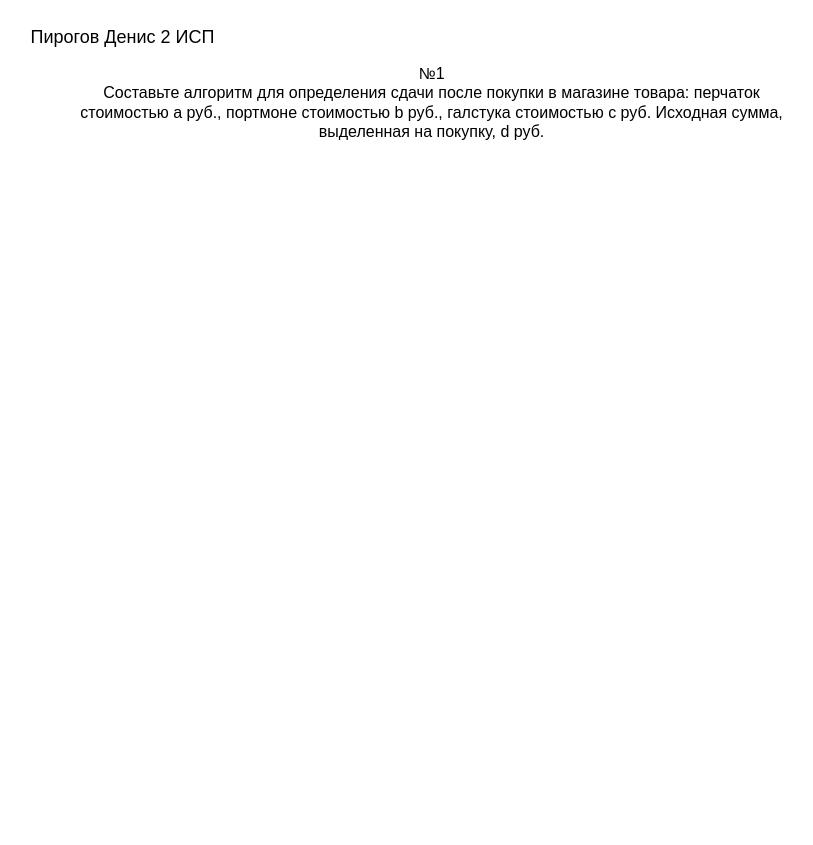
Before: page "вариант 2 задание 6 (+)" (3 of 7) of pr2 and pr3/pr2.drawio in DeFis33/pr, a draw.io diagram. Source tidied: cells renumbered, new cells numbered last; positions are measured from the earlier drawing's top-left corner, leaving out a move shared by most shapes. Both pictures are drawn from the tidied source at 100%, with x=0, y=0 at pixel (17, 17).
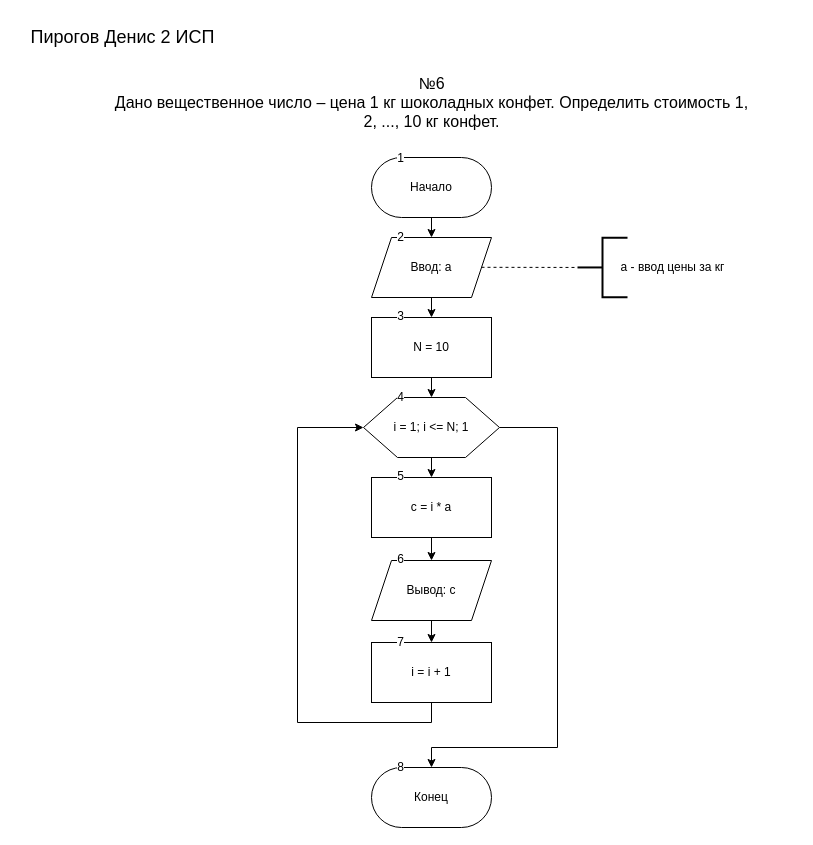
Above is the later version.

The edit, as a diff of the source:
```diff
@@
+    <mxCell id="4" value="N = 10" style="rounded=0;whiteSpace=wrap;html=1;" parent="1" vertex="1">
+      <mxGeometry x="354" y="300" width="120" height="60" as="geometry" />
+    </mxCell>
@@
-    <mxCell id="3" value="&lt;font style=&quot;font-size: 16px;&quot;&gt;№1&lt;/font&gt;&lt;div style=&quot;font-size: 16px;&quot;&gt;&lt;font style=&quot;font-size: 16px;&quot;&gt;Составьте алгоритм для определения сдачи после покупки в магазине товара: перчаток&lt;/font&gt;&lt;/div&gt;&lt;div style=&quot;font-size: 16px;&quot;&gt;&lt;font style=&quot;font-size: 16px;&quot;&gt;стоимостью а руб., портмоне стоимостью b руб., галстука стоимостью с руб. Исходная сумма,&lt;/font&gt;&lt;/div&gt;&lt;div style=&quot;font-size: 16px;&quot;&gt;&lt;font style=&quot;font-size: 16px;&quot;&gt;выделенная на покупку, d руб.&lt;/font&gt;&lt;/div&gt;" style="text;html=1;align=center;verticalAlign=middle;" parent="1" vertex="1">
-      <mxGeometry x="49" y="40" width="730" height="90" as="geometry" />
+    <mxCell id="3" value="&lt;font style=&quot;font-size: 16px;&quot;&gt;№6&lt;br&gt;&lt;div style=&quot;&quot;&gt;&lt;span style=&quot;font-size: 16px;&quot;&gt;Дано вещественное число – цена 1 кг шоколадных конфет. Определить стоимость 1,&lt;/span&gt;&lt;/div&gt;&lt;div style=&quot;&quot;&gt;&lt;span style=&quot;font-size: 16px;&quot;&gt;2, ..., 10 кг конфет.&lt;/span&gt;&lt;/div&gt;&lt;/font&gt;" style="text;html=1;align=center;verticalAlign=middle;" parent="1" vertex="1">
+      <mxGeometry x="84" y="50" width="660" height="70" as="geometry" />
     </mxCell>
+    <mxCell id="5" style="edgeStyle=orthogonalEdgeStyle;rounded=0;jettySize=auto;html=1;exitX=0.5;exitY=1;exitDx=0;exitDy=0;entryX=0.5;entryY=0;entryDx=0;entryDy=0;" parent="1" edge="1" source="6" target="10">
+      <mxGeometry relative="1" as="geometry" />
+    </mxCell>
+    <mxCell id="6" value="Начало" style="rounded=1;whiteSpace=wrap;html=1;arcSize=50;" parent="1" vertex="1">
+      <mxGeometry x="354" y="140" width="120" height="60" as="geometry" />
+    </mxCell>
+    <mxCell id="7" value="Конец" style="rounded=1;whiteSpace=wrap;html=1;arcSize=50;" parent="1" vertex="1">
+      <mxGeometry x="354" y="750" width="120" height="60" as="geometry" />
+    </mxCell>
+    <mxCell id="8" value="1" style="text;html=1;align=center;verticalAlign=middle;strokeColor=none;fillColor=none;labelBackgroundColor=default;" parent="1" vertex="1">
+      <mxGeometry x="368" y="126" width="30" height="30" as="geometry" />
+    </mxCell>
+    <mxCell id="9" style="edgeStyle=orthogonalEdgeStyle;rounded=0;jettySize=auto;html=1;exitX=0.5;exitY=1;exitDx=0;exitDy=0;entryX=0.5;entryY=0;entryDx=0;entryDy=0;" parent="1" edge="1" source="10" target="4">
+      <mxGeometry relative="1" as="geometry" />
+    </mxCell>
+    <mxCell id="10" value="Ввод: a" style="shape=parallelogram;perimeter=parallelogramPerimeter;whiteSpace=wrap;html=1;fixedSize=1;" parent="1" vertex="1">
+      <mxGeometry x="354" y="220" width="120" height="60" as="geometry" />
+    </mxCell>
+    <mxCell id="11" value="2" style="text;html=1;align=center;verticalAlign=middle;strokeColor=none;fillColor=none;labelBackgroundColor=default;" parent="1" vertex="1">
+      <mxGeometry x="368" y="205" width="30" height="30" as="geometry" />
+    </mxCell>
+    <mxCell id="12" style="strokeWidth=2;html=1;shape=mxgraph.flowchart.annotation_2;align=left;labelPosition=right;" parent="1" vertex="1">
+      <mxGeometry x="560" y="220.2" width="50" height="59.5" as="geometry" />
+    </mxCell>
+    <mxCell id="13" style="endArrow=none;dashed=1;html=1;rounded=0;exitX=1;exitY=0.5;exitDx=0;exitDy=0;entryX=0;entryY=0.5;entryDx=0;entryDy=0;entryPerimeter=0;" parent="1" edge="1" target="12">
+      <mxGeometry relative="1" as="geometry">
+        <mxPoint x="464" y="249.8" as="sourcePoint" />
+      </mxGeometry>
+    </mxCell>
+    <mxCell id="14" value="a - ввод цены за кг" style="text;html=1;align=center;verticalAlign=middle;strokeColor=none;fillColor=none;" parent="1" vertex="1">
+      <mxGeometry x="590" y="234.8" width="130" height="30" as="geometry" />
+    </mxCell>
+    <mxCell id="15" style="edgeStyle=orthogonalEdgeStyle;rounded=0;jettySize=auto;html=1;exitX=0.5;exitY=1;exitDx=0;exitDy=0;entryX=0.5;entryY=0;entryDx=0;entryDy=0;" parent="1" edge="1" source="16" target="22">
+      <mxGeometry relative="1" as="geometry" />
+    </mxCell>
+    <mxCell id="16" value="c = i * a" style="rounded=0;whiteSpace=wrap;html=1;" parent="1" vertex="1">
+      <mxGeometry x="354" y="460" width="120" height="60" as="geometry" />
+    </mxCell>
+    <mxCell id="17" style="edgeStyle=orthogonalEdgeStyle;rounded=0;jettySize=auto;html=1;exitX=0.5;exitY=1;exitDx=0;exitDy=0;entryX=0;entryY=0.5;entryDx=0;entryDy=0;" parent="1" edge="1" source="18" target="26">
+      <mxGeometry relative="1" as="geometry">
+        <Array as="points">
+          <mxPoint x="414" y="705" />
+          <mxPoint x="280" y="705" />
+          <mxPoint x="280" y="410" />
+        </Array>
+      </mxGeometry>
+    </mxCell>
+    <mxCell id="18" value="i = i + 1" style="rounded=0;whiteSpace=wrap;html=1;" parent="1" vertex="1">
+      <mxGeometry x="354" y="625" width="120" height="60" as="geometry" />
+    </mxCell>
+    <mxCell id="19" value="5" style="text;html=1;align=center;verticalAlign=middle;strokeColor=none;fillColor=none;labelBackgroundColor=default;" parent="1" vertex="1">
+      <mxGeometry x="368" y="444" width="30" height="30" as="geometry" />
+    </mxCell>
+    <mxCell id="20" value="8" style="text;html=1;align=center;verticalAlign=middle;strokeColor=none;fillColor=none;labelBackgroundColor=default;" parent="1" vertex="1">
+      <mxGeometry x="368" y="735" width="30" height="30" as="geometry" />
+    </mxCell>
+    <mxCell id="21" style="edgeStyle=orthogonalEdgeStyle;rounded=0;jettySize=auto;html=1;exitX=0.5;exitY=1;exitDx=0;exitDy=0;entryX=0.5;entryY=0;entryDx=0;entryDy=0;" parent="1" edge="1" source="22" target="18">
+      <mxGeometry relative="1" as="geometry" />
+    </mxCell>
+    <mxCell id="22" value="Вывод: c" style="shape=parallelogram;perimeter=parallelogramPerimeter;whiteSpace=wrap;html=1;fixedSize=1;" parent="1" vertex="1">
+      <mxGeometry x="354" y="543" width="120" height="60" as="geometry" />
+    </mxCell>
+    <mxCell id="23" value="6" style="text;html=1;align=center;verticalAlign=middle;strokeColor=none;fillColor=none;labelBackgroundColor=default;" parent="1" vertex="1">
+      <mxGeometry x="368" y="527" width="30" height="30" as="geometry" />
+    </mxCell>
+    <mxCell id="24" style="edgeStyle=orthogonalEdgeStyle;rounded=0;jettySize=auto;html=1;exitX=0.5;exitY=1;exitDx=0;exitDy=0;entryX=0.5;entryY=0;entryDx=0;entryDy=0;" parent="1" edge="1" source="26" target="16">
+      <mxGeometry relative="1" as="geometry" />
+    </mxCell>
+    <mxCell id="25" style="edgeStyle=orthogonalEdgeStyle;rounded=0;jettySize=auto;html=1;exitX=1;exitY=0.5;exitDx=0;exitDy=0;entryX=0.5;entryY=0;entryDx=0;entryDy=0;" parent="1" edge="1" source="26" target="7">
+      <mxGeometry relative="1" as="geometry">
+        <Array as="points">
+          <mxPoint x="540" y="410" />
+          <mxPoint x="540" y="730" />
+          <mxPoint x="414" y="730" />
+        </Array>
+      </mxGeometry>
+    </mxCell>
+    <mxCell id="26" value="i = 1; i &amp;lt;= N; 1" style="shape=hexagon;perimeter=hexagonPerimeter2;whiteSpace=wrap;html=1;fixedSize=1;size=34;" parent="1" vertex="1">
+      <mxGeometry x="346" y="380" width="136" height="60" as="geometry" />
+    </mxCell>
+    <mxCell id="27" value="3" style="text;html=1;align=center;verticalAlign=middle;strokeColor=none;fillColor=none;labelBackgroundColor=default;" parent="1" vertex="1">
+      <mxGeometry x="368" y="284" width="30" height="30" as="geometry" />
+    </mxCell>
+    <mxCell id="28" style="edgeStyle=orthogonalEdgeStyle;rounded=0;jettySize=auto;html=1;exitX=0.5;exitY=1;exitDx=0;exitDy=0;entryX=0.5;entryY=0;entryDx=0;entryDy=0;" parent="1" edge="1" source="4" target="26">
+      <mxGeometry relative="1" as="geometry" />
+    </mxCell>
+    <mxCell id="29" value="4" style="text;html=1;align=center;verticalAlign=middle;strokeColor=none;fillColor=none;labelBackgroundColor=default;" parent="1" vertex="1">
+      <mxGeometry x="368" y="365" width="30" height="30" as="geometry" />
+    </mxCell>
+    <mxCell id="30" value="7" style="text;html=1;align=center;verticalAlign=middle;strokeColor=none;fillColor=none;labelBackgroundColor=default;" parent="1" vertex="1">
+      <mxGeometry x="368" y="610" width="30" height="30" as="geometry" />
+    </mxCell>
```
